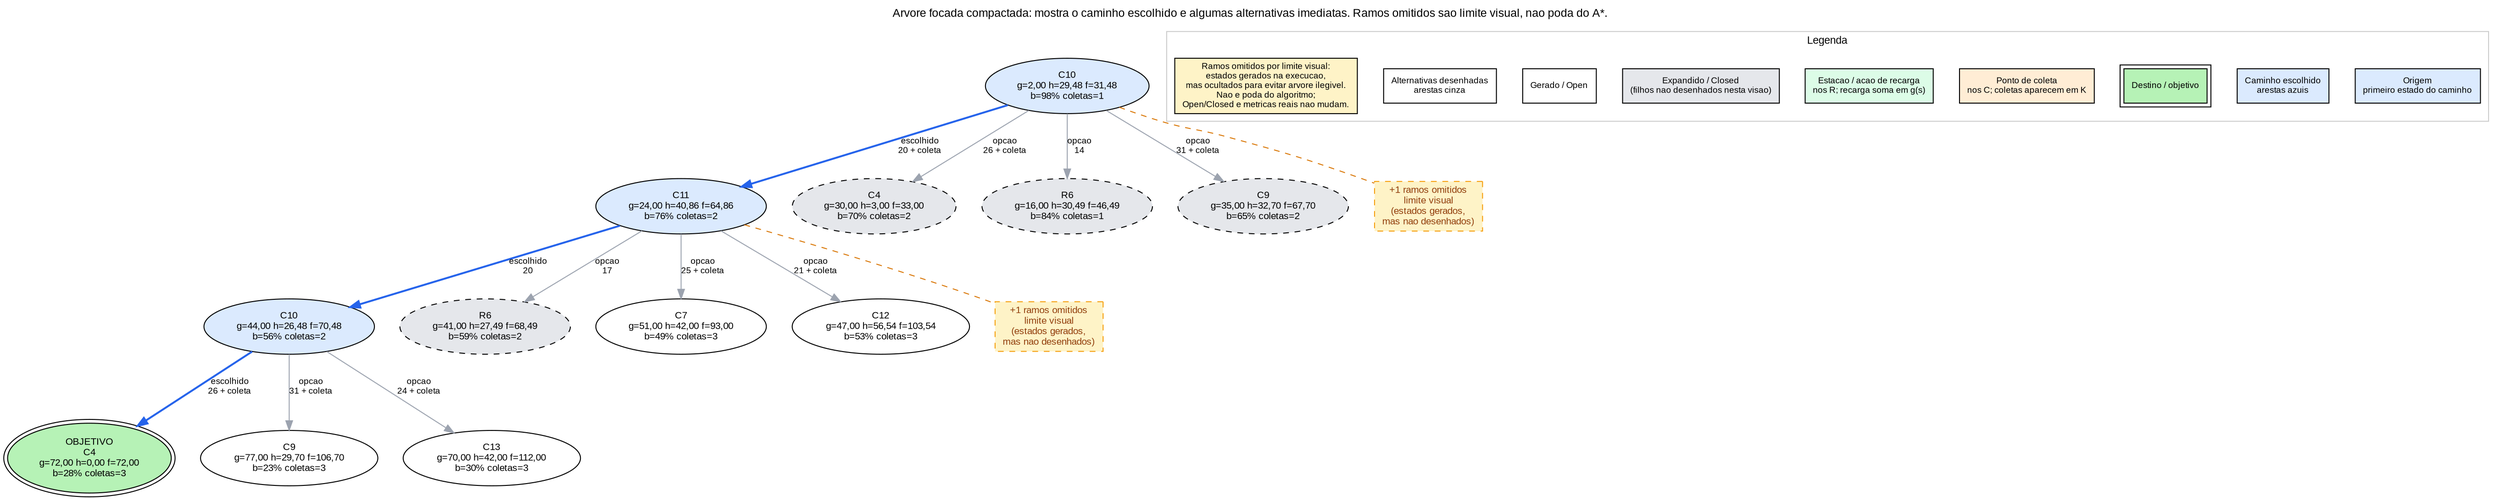
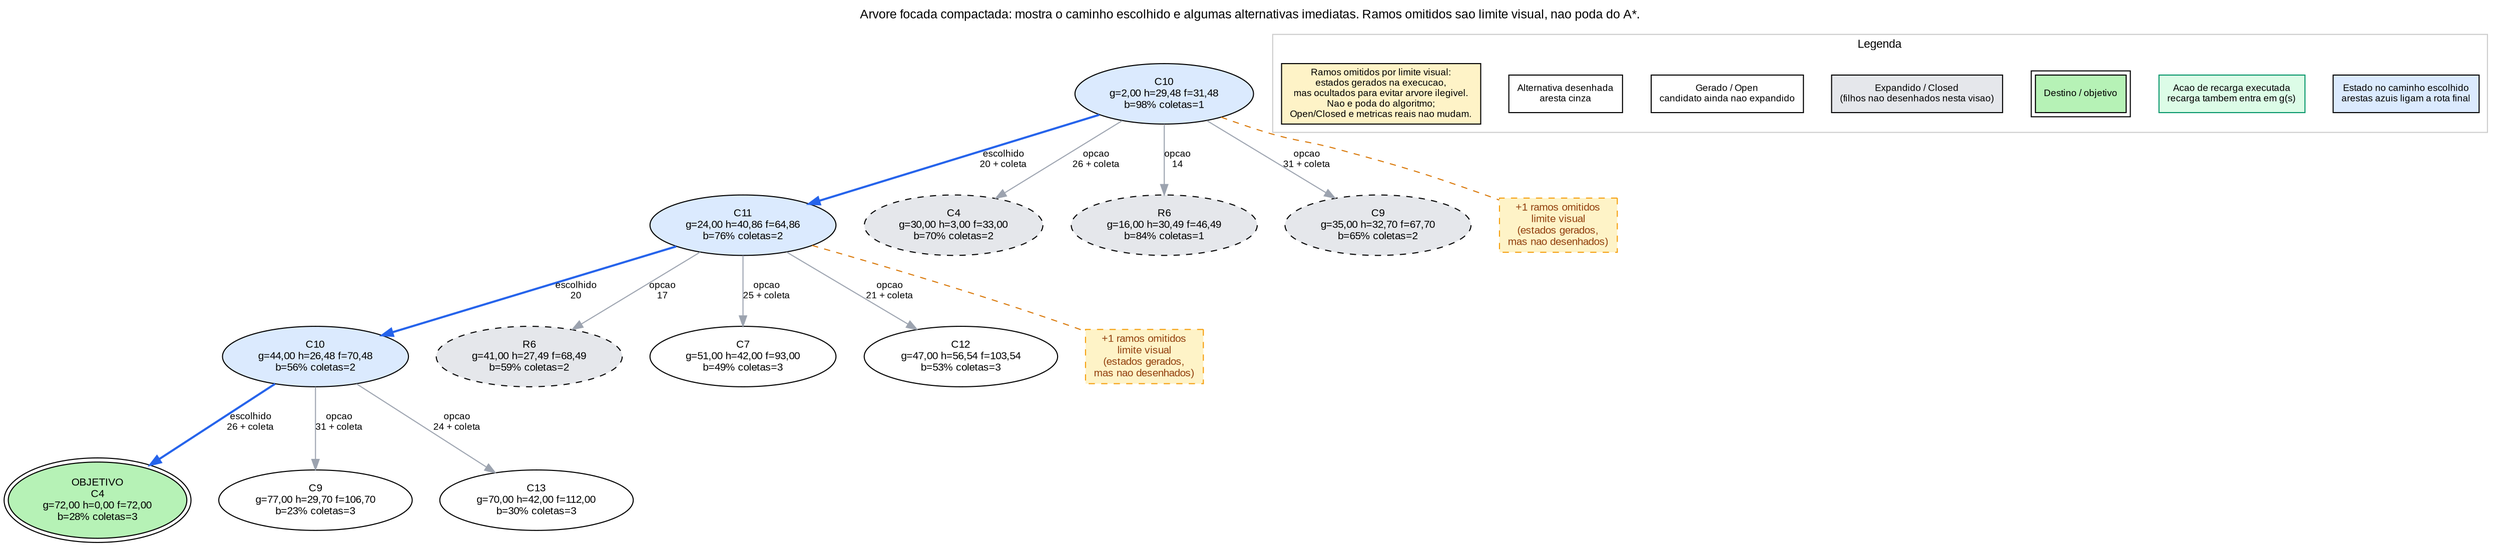
digraph ArvoreBuscaAStar {
	nodesep=0.38 rankdir=TB ranksep=0.65 splines=true
	fontname=Arial fontsize=12 label="Arvore focada compactada: mostra o caminho escolhido e algumas alternativas imediatas. Ramos omitidos sao limite visual, nao poda do A*." labelloc=t
	node [color=black fontname=Arial fontsize=10 shape=ellipse style=filled]
	edge [color="#555555" fontname=Arial fontsize=9]
	S1 [label="C10
g=2,00 h=29,48 f=31,48
- b=98% coletas=1" fillcolor="#dbeafe"]
+ b=98% coletas=1" fillcolor="#dbeafe" style=filled]
	S2 [label="C11
g=24,00 h=40,86 f=64,86
- b=76% coletas=2" fillcolor="#dbeafe"]
+ b=76% coletas=2" fillcolor="#dbeafe" style=filled]
	S1 -> S2 [label="escolhido
20 + coleta" color="#2563eb" penwidth=2]
	S3 [label="C10
g=44,00 h=26,48 f=70,48
- b=56% coletas=2" fillcolor="#dbeafe"]
+ b=56% coletas=2" fillcolor="#dbeafe" style=filled]
	S2 -> S3 [label="escolhido
20" color="#2563eb" penwidth=2]
	S4 [label="OBJETIVO
C4
g=72,00 h=0,00 f=72,00
- b=28% coletas=3" fillcolor="#b6f2b6" peripheries=2]
+ b=28% coletas=3" fillcolor="#b6f2b6" peripheries=2 style=filled]
	S3 -> S4 [label="escolhido
26 + coleta" color="#2563eb" penwidth=2]
	S5 [label="C4
g=30,00 h=3,00 f=33,00
b=70% coletas=2" fillcolor="#e5e7eb" style="filled,dashed"]
	S1 -> S5 [label="opcao
26 + coleta" color="#9ca3af"]
	S6 [label="R6
g=16,00 h=30,49 f=46,49
b=84% coletas=1" fillcolor="#e5e7eb" style="filled,dashed"]
	S1 -> S6 [label="opcao
14" color="#9ca3af"]
	S7 [label="C9
g=35,00 h=32,70 f=67,70
b=65% coletas=2" fillcolor="#e5e7eb" style="filled,dashed"]
	S1 -> S7 [label="opcao
31 + coleta" color="#9ca3af"]
	P1 [label="+1 ramos omitidos
limite visual
(estados gerados,
mas nao desenhados)" color="#f59e0b" fillcolor="#fef3c7" fontcolor="#92400e" shape=box style="filled,dashed"]
	S1 -> P1 [arrowhead=none color="#d97706" style=dashed]
	S8 [label="R6
g=41,00 h=27,49 f=68,49
b=59% coletas=2" fillcolor="#e5e7eb" style="filled,dashed"]
	S2 -> S8 [label="opcao
17" color="#9ca3af"]
	A1 [label="C7
g=51,00 h=42,00 f=93,00
b=49% coletas=3" fillcolor=white style=filled]
	S2 -> A1 [label="opcao
25 + coleta" color="#9ca3af"]
	A2 [label="C12
g=47,00 h=56,54 f=103,54
b=53% coletas=3" fillcolor=white style=filled]
	S2 -> A2 [label="opcao
21 + coleta" color="#9ca3af"]
	P2 [label="+1 ramos omitidos
limite visual
(estados gerados,
mas nao desenhados)" color="#f59e0b" fillcolor="#fef3c7" fontcolor="#92400e" shape=box style="filled,dashed"]
	S2 -> P2 [arrowhead=none color="#d97706" style=dashed]
	A3 [label="C9
g=77,00 h=29,70 f=106,70
b=23% coletas=3" fillcolor=white style=filled]
	S3 -> A3 [label="opcao
31 + coleta" color="#9ca3af"]
	A4 [label="C13
g=70,00 h=42,00 f=112,00
b=30% coletas=3" fillcolor=white style=filled]
	S3 -> A4 [label="opcao
24 + coleta" color="#9ca3af"]
	subgraph cluster_legend {
		color="#cccccc" fontname=Arial fontsize=11 label=Legenda
		node [color=black fontname=Arial fontsize=9 shape=box style=filled]
- 		legend_origin [label="Origem
- primeiro estado do caminho" fillcolor="#dbeafe"]
- 		legend_solution [label="Caminho escolhido
- arestas azuis" fillcolor="#dbeafe"]
+ 		legend_solution [label="Estado no caminho escolhido
+ arestas azuis ligam a rota final" fillcolor="#dbeafe"]
+ 		legend_recharge [label="Acao de recarga executada
+ recarga tambem entra em g(s)" color="#059669" fillcolor="#dcfce7"]
		legend_goal [label="Destino / objetivo" fillcolor="#b6f2b6" peripheries=2]
- 		legend_collection [label="Ponto de coleta
- nos C; coletas aparecem em K" fillcolor="#ffedd5"]
- 		legend_recharge [label="Estacao / acao de recarga
- nos R; recarga soma em g(s)" fillcolor="#dcfce7"]
		legend_expanded [label="Expandido / Closed
(filhos nao desenhados nesta visao)" fillcolor="#e5e7eb"]
- 		legend_open [label="Gerado / Open" fillcolor=white]
- 		legend_alternative [label="Alternativas desenhadas
- arestas cinza" fillcolor=white]
+ 		legend_open [label="Gerado / Open
+ candidato ainda nao expandido" fillcolor=white]
+ 		legend_alternative [label="Alternativa desenhada
+ aresta cinza" fillcolor=white]
		legend_pruned [label="Ramos omitidos por limite visual:
estados gerados na execucao,
mas ocultados para evitar arvore ilegivel.
Nao e poda do algoritmo;
Open/Closed e metricas reais nao mudam." fillcolor="#fef3c7"]
	}
}
